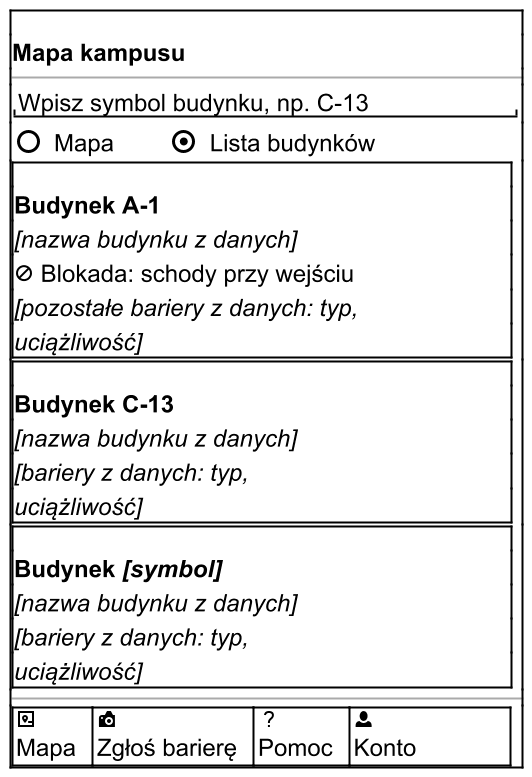
The PlantUML diagram docs/docs/_generated/m-v1-mapa-lista.png in dostepny-kampus/dostepny-kampus, before a commit.
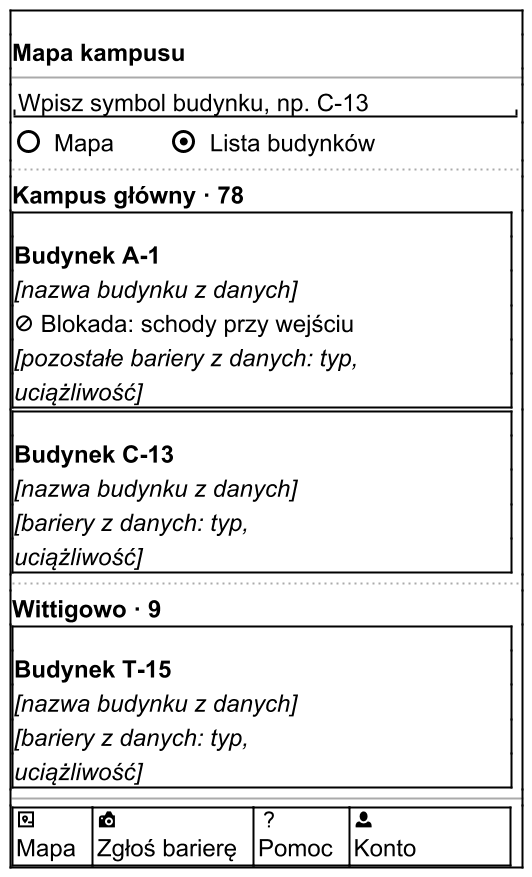
The same diagram one commit later.

What changed in the source:
```diff
@@ -6,6 +6,7 @@
 $naglowek_startowy("Mapa kampusu")
 $pole_tekstowe("Wpisz symbol budynku, np. C-13")
 $przelacznik("Mapa", "Lista budynków", 2)
+$sekcja("Kampus główny · 78")
 $ramka()
 <b>Budynek A-1</b>
 <i>[nazwa budynku z danych]</i>
@@ -17,8 +18,9 @@
 <i>[nazwa budynku z danych]</i>
 $tekst("[bariery z danych: typ, uciążliwość]", "i")
 }
+$sekcja("Wittigowo · 9")
 $ramka()
-<b>Budynek <i>[symbol]</i></b>
+<b>Budynek T-15</b>
 <i>[nazwa budynku z danych]</i>
 $tekst("[bariery z danych: typ, uciążliwość]", "i")
 }
```
